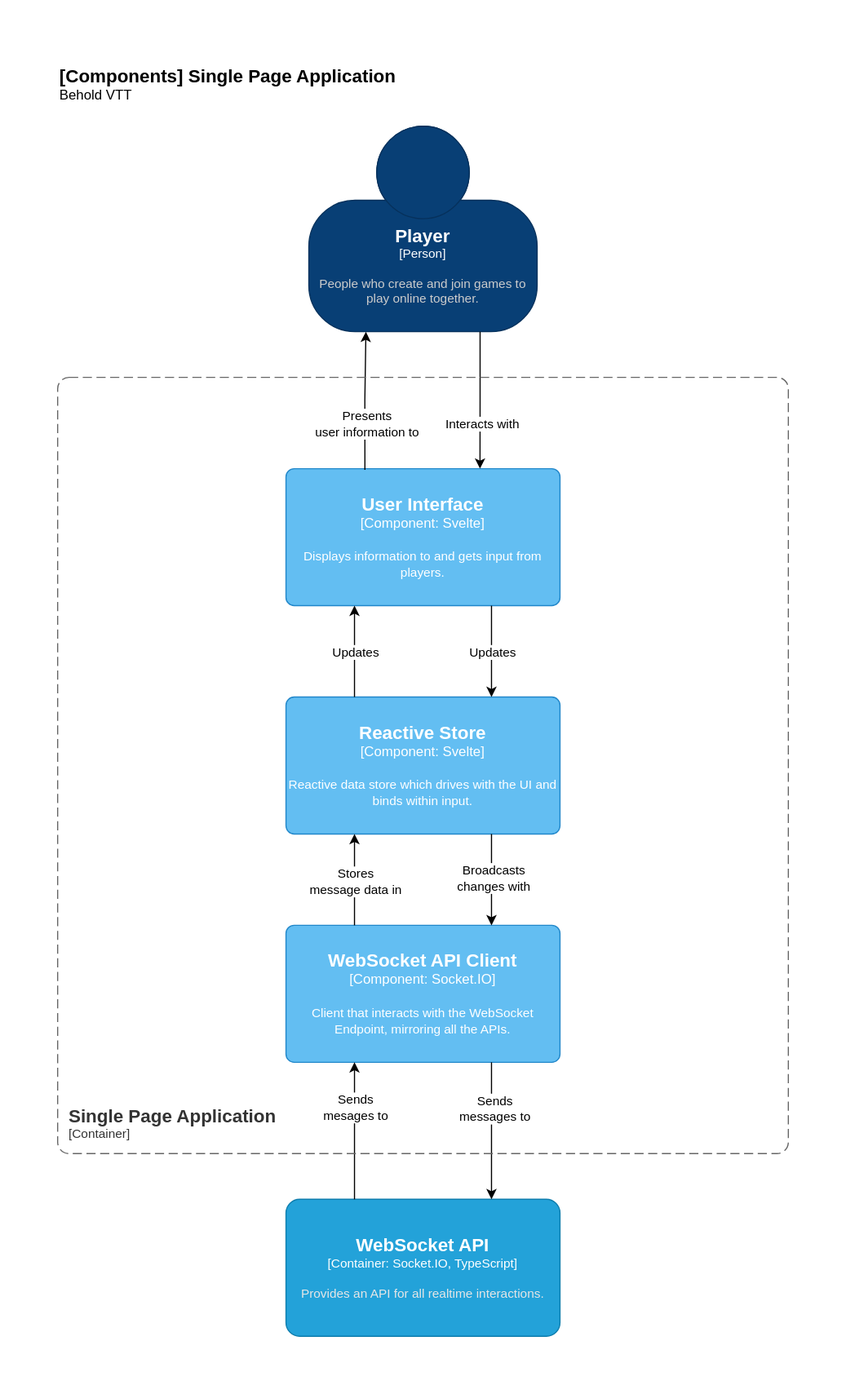
This is doc/images/c4-components-spa.drawio.svg from freeborough/behold, a draw.io export, as it was before one commit. Source tidied: cells renumbered, new cells last; positions are measured from the earlier drawing's top-left corner, leaving out a move shared by most shapes. Source of this version:
```xml
<mxGraphModel>
  <root>
    <mxCell id="0" />
    <mxCell id="1" parent="0" />
    <object id="2" label="&lt;font style=&quot;font-size: 16px&quot;&gt;&lt;b&gt;%c4Name%&lt;/b&gt;&lt;/font&gt;&lt;div&gt;[%c4Type%]&lt;/div&gt;&lt;br&gt;&lt;div&gt;&lt;font style=&quot;font-size: 11px&quot;&gt;&lt;font color=&quot;#cccccc&quot;&gt;%c4Description%&lt;/font&gt;&lt;/div&gt;" c4Description="People who create and join games to play online together." c4Name="Player" c4Type="Person" placeholders="1">
      <mxCell style="html=1;fontSize=11;dashed=0;whiteSpace=wrap;fillColor=#083F75;strokeColor=#06315C;fontColor=#ffffff;shape=mxgraph.c4.person2;align=center;points=[[0.5,0,0],[1,0.5,0],[1,0.75,0],[0.75,1,0],[0.5,1,0],[0.25,1,0],[0,0.75,0],[0,0.5,0]];" parent="1" vertex="1">
        <mxGeometry x="220" y="60" width="200" height="180" as="geometry" />
      </mxCell>
    </object>
    <object id="3" label="&lt;font style=&quot;font-size: 16px&quot;&gt;&lt;b&gt;&lt;div style=&quot;text-align: left&quot;&gt;%c4Name%&lt;/div&gt;&lt;/b&gt;&lt;/font&gt;&lt;div style=&quot;text-align: left&quot;&gt;%c4Description%&lt;/div&gt;" c4Description="Behold VTT" c4Name="[Components] Single Page Application" c4Type="ContainerDiagramTitle" placeholders="1">
      <mxCell style="text;html=1;strokeColor=none;fillColor=none;align=left;verticalAlign=top;whiteSpace=wrap;rounded=0;" parent="1" vertex="1">
        <mxGeometry width="340" height="40" as="geometry" />
      </mxCell>
    </object>
    <object id="4" label="&lt;font style=&quot;font-size: 16px&quot;&gt;&lt;b&gt;%c4Name%&lt;/b&gt;&lt;/font&gt;&lt;div&gt;[%c4Type%: %c4Technology%]&lt;/div&gt;&lt;br&gt;&lt;div&gt;&lt;font style=&quot;font-size: 11px&quot;&gt;%c4Description%&lt;/font&gt;&lt;/div&gt;" c4Description="Reactive data store which drives with the UI and binds within input." c4Name="Reactive Store" c4Technology="Svelte" c4Type="Component" placeholders="1">
      <mxCell style="rounded=1;whiteSpace=wrap;html=1;labelBackgroundColor=none;fillColor=#63BEF2;fontColor=#ffffff;align=center;arcSize=6;strokeColor=#2086C9;points=[[0.25,0,0],[0.5,0,0],[0.75,0,0],[1,0.25,0],[1,0.5,0],[1,0.75,0],[0.75,1,0],[0.5,1,0],[0.25,1,0],[0,0.75,0],[0,0.5,0],[0,0.25,0]];" parent="1" vertex="1">
        <mxGeometry x="200" y="560" width="240" height="120" as="geometry" />
      </mxCell>
    </object>
    <object id="5" label="&lt;font style=&quot;font-size: 16px&quot;&gt;&lt;b&gt;%c4Name%&lt;/b&gt;&lt;/font&gt;&lt;div&gt;[%c4Type%: %c4Technology%]&lt;/div&gt;&lt;br&gt;&lt;div&gt;&lt;font style=&quot;font-size: 11px&quot;&gt;%c4Description%&lt;/font&gt;&lt;/div&gt;" c4Description="Displays information to and gets input from players." c4Name="User Interface" c4Technology="Svelte" c4Type="Component" placeholders="1">
      <mxCell style="rounded=1;whiteSpace=wrap;html=1;labelBackgroundColor=none;fillColor=#63BEF2;fontColor=#ffffff;align=center;arcSize=6;strokeColor=#2086C9;points=[[0.25,0,0],[0.5,0,0],[0.75,0,0],[1,0.25,0],[1,0.5,0],[1,0.75,0],[0.75,1,0],[0.5,1,0],[0.25,1,0],[0,0.75,0],[0,0.5,0],[0,0.25,0]];" parent="1" vertex="1">
        <mxGeometry x="200" y="360" width="240" height="120" as="geometry" />
      </mxCell>
    </object>
    <object id="6" label="&lt;font style=&quot;font-size: 16px&quot;&gt;&lt;b&gt;%c4Name%&lt;/b&gt;&lt;/font&gt;&lt;div&gt;[%c4Type%: %c4Technology%]&lt;/div&gt;&lt;br&gt;&lt;div&gt;&lt;font style=&quot;font-size: 11px&quot;&gt;%c4Description%&lt;/font&gt;&lt;/div&gt;" c4Description="Client that interacts with the WebSocket Endpoint, mirroring all the APIs." c4Name="WebSocket API Client" c4Technology="Socket.IO" c4Type="Component" placeholders="1">
      <mxCell style="rounded=1;whiteSpace=wrap;html=1;labelBackgroundColor=none;fillColor=#63BEF2;fontColor=#ffffff;align=center;arcSize=6;strokeColor=#2086C9;points=[[0.25,0,0],[0.5,0,0],[0.75,0,0],[1,0.25,0],[1,0.5,0],[1,0.75,0],[0.75,1,0],[0.5,1,0],[0.25,1,0],[0,0.75,0],[0,0.5,0],[0,0.25,0]];" parent="1" vertex="1">
        <mxGeometry x="200" y="760" width="240" height="120" as="geometry" />
      </mxCell>
    </object>
    <mxCell id="7" style="edgeStyle=orthogonalEdgeStyle;rounded=0;jettySize=auto;html=1;exitX=0.288;exitY=0.008;exitDx=0;exitDy=0;exitPerimeter=0;entryX=0.25;entryY=1;entryDx=0;entryDy=0;entryPerimeter=0;" parent="1" edge="1" source="5" target="2">
      <mxGeometry relative="1" as="geometry" />
    </mxCell>
    <mxCell id="8" value="Presents&lt;br&gt;user information to" style="edgeLabel;html=1;align=center;verticalAlign=middle;" parent="7" vertex="1">
      <mxGeometry x="0.06" relative="1" as="geometry">
        <mxPoint y="23" as="offset" />
      </mxGeometry>
    </mxCell>
    <mxCell id="9" style="edgeStyle=orthogonalEdgeStyle;rounded=0;jettySize=auto;html=1;exitX=0.75;exitY=1;exitDx=0;exitDy=0;exitPerimeter=0;entryX=0.708;entryY=0;entryDx=0;entryDy=0;entryPerimeter=0;" parent="1" edge="1" source="2" target="5">
      <mxGeometry relative="1" as="geometry" />
    </mxCell>
    <mxCell id="10" value="Interacts with" style="edgeLabel;html=1;align=center;verticalAlign=middle;" parent="9" vertex="1">
      <mxGeometry x="-0.07" y="1" relative="1" as="geometry">
        <mxPoint y="24" as="offset" />
      </mxGeometry>
    </mxCell>
    <object id="11" label="&lt;font style=&quot;font-size: 16px&quot;&gt;&lt;b&gt;%c4Name%&lt;/b&gt;&lt;/font&gt;&lt;div&gt;[%c4Type%: %c4Technology%]&lt;/div&gt;&lt;br&gt;&lt;div&gt;&lt;font style=&quot;font-size: 11px&quot;&gt;&lt;font color=&quot;#E6E6E6&quot;&gt;%c4Description%&lt;/font&gt;&lt;/div&gt;" c4Description="Provides an API for all realtime interactions." c4Name="WebSocket API" c4Technology="Socket.IO, TypeScript" c4Type="Container" placeholders="1">
      <mxCell style="rounded=1;whiteSpace=wrap;html=1;fontSize=11;labelBackgroundColor=none;fillColor=#23A2D9;fontColor=#ffffff;align=center;arcSize=10;strokeColor=#0E7DAD;points=[[0.25,0,0],[0.5,0,0],[0.75,0,0],[1,0.25,0],[1,0.5,0],[1,0.75,0],[0.75,1,0],[0.5,1,0],[0.25,1,0],[0,0.75,0],[0,0.5,0],[0,0.25,0]];" parent="1" vertex="1">
        <mxGeometry x="200" y="1000" width="240" height="120" as="geometry" />
      </mxCell>
    </object>
    <mxCell id="12" style="edgeStyle=orthogonalEdgeStyle;rounded=0;jettySize=auto;html=1;exitX=0.25;exitY=0;exitDx=0;exitDy=0;exitPerimeter=0;entryX=0.25;entryY=1;entryDx=0;entryDy=0;entryPerimeter=0;" parent="1" edge="1" source="4" target="5">
      <mxGeometry relative="1" as="geometry" />
    </mxCell>
    <mxCell id="13" value="Updates" style="edgeLabel;html=1;align=center;verticalAlign=middle;" parent="12" vertex="1">
      <mxGeometry x="-0.07" relative="1" as="geometry">
        <mxPoint y="-3" as="offset" />
      </mxGeometry>
    </mxCell>
    <mxCell id="14" style="edgeStyle=orthogonalEdgeStyle;rounded=0;jettySize=auto;html=1;exitX=0.75;exitY=1;exitDx=0;exitDy=0;exitPerimeter=0;entryX=0.75;entryY=0;entryDx=0;entryDy=0;entryPerimeter=0;" parent="1" edge="1" source="5" target="4">
      <mxGeometry relative="1" as="geometry" />
    </mxCell>
    <mxCell id="15" value="Updates" style="edgeLabel;html=1;align=center;verticalAlign=middle;" parent="14" vertex="1">
      <mxGeometry relative="1" as="geometry" />
    </mxCell>
    <mxCell id="16" style="edgeStyle=orthogonalEdgeStyle;rounded=0;jettySize=auto;html=1;exitX=0.25;exitY=0;exitDx=0;exitDy=0;exitPerimeter=0;entryX=0.25;entryY=1;entryDx=0;entryDy=0;entryPerimeter=0;" parent="1" edge="1" source="6" target="4">
      <mxGeometry relative="1" as="geometry" />
    </mxCell>
    <mxCell id="17" value="Stores&lt;br&gt;message data in" style="edgeLabel;html=1;align=center;verticalAlign=middle;" parent="16" vertex="1">
      <mxGeometry x="-0.03" relative="1" as="geometry" />
    </mxCell>
    <mxCell id="18" style="edgeStyle=orthogonalEdgeStyle;rounded=0;jettySize=auto;html=1;exitX=0.75;exitY=1;exitDx=0;exitDy=0;exitPerimeter=0;entryX=0.75;entryY=0;entryDx=0;entryDy=0;entryPerimeter=0;" parent="1" edge="1" source="4" target="6">
      <mxGeometry relative="1" as="geometry" />
    </mxCell>
    <mxCell id="19" value="Broadcasts&lt;br&gt;changes&amp;nbsp;with" style="edgeLabel;html=1;align=center;verticalAlign=middle;" parent="18" vertex="1">
      <mxGeometry x="-0.03" y="1" relative="1" as="geometry" />
    </mxCell>
    <mxCell id="20" style="edgeStyle=orthogonalEdgeStyle;rounded=0;jettySize=auto;html=1;exitX=0.25;exitY=0;exitDx=0;exitDy=0;exitPerimeter=0;entryX=0.25;entryY=1;entryDx=0;entryDy=0;entryPerimeter=0;" parent="1" edge="1" source="11" target="6">
      <mxGeometry relative="1" as="geometry" />
    </mxCell>
    <mxCell id="21" value="Sends&lt;br&gt;mesages to" style="edgeLabel;html=1;align=center;verticalAlign=middle;" parent="20" vertex="1">
      <mxGeometry x="0.02" relative="1" as="geometry">
        <mxPoint y="-19" as="offset" />
      </mxGeometry>
    </mxCell>
    <mxCell id="22" style="edgeStyle=orthogonalEdgeStyle;rounded=0;jettySize=auto;html=1;exitX=0.75;exitY=1;exitDx=0;exitDy=0;exitPerimeter=0;entryX=0.75;entryY=0;entryDx=0;entryDy=0;entryPerimeter=0;" parent="1" edge="1" source="6" target="11">
      <mxGeometry relative="1" as="geometry" />
    </mxCell>
    <mxCell id="23" value="Sends&lt;br&gt;messages to" style="edgeLabel;html=1;align=center;verticalAlign=middle;" parent="22" vertex="1">
      <mxGeometry x="0.03" y="2" relative="1" as="geometry">
        <mxPoint y="-22" as="offset" />
      </mxGeometry>
    </mxCell>
    <object id="24" label="&lt;font style=&quot;font-size: 16px&quot;&gt;&lt;b&gt;&lt;div style=&quot;text-align: left&quot;&gt;%c4Name%&lt;/div&gt;&lt;/b&gt;&lt;/font&gt;&lt;div style=&quot;text-align: left&quot;&gt;[%c4Application%]&lt;/div&gt;" c4Application="Container" c4Name="Single Page Application" c4Type="ContainerScopeBoundary" placeholders="1">
      <mxCell style="rounded=1;fontSize=11;whiteSpace=wrap;html=1;dashed=1;arcSize=20;fillColor=none;strokeColor=#666666;fontColor=#333333;labelBackgroundColor=none;align=left;verticalAlign=bottom;labelBorderColor=none;spacingTop=0;spacing=10;dashPattern=8 4;perimeter=rectanglePerimeter;noLabel=0;labelPadding=0;absoluteArcSize=1;" parent="1" vertex="1">
        <mxGeometry y="280" width="640" height="680" as="geometry" />
      </mxCell>
    </object>
  </root>
</mxGraphModel>
```
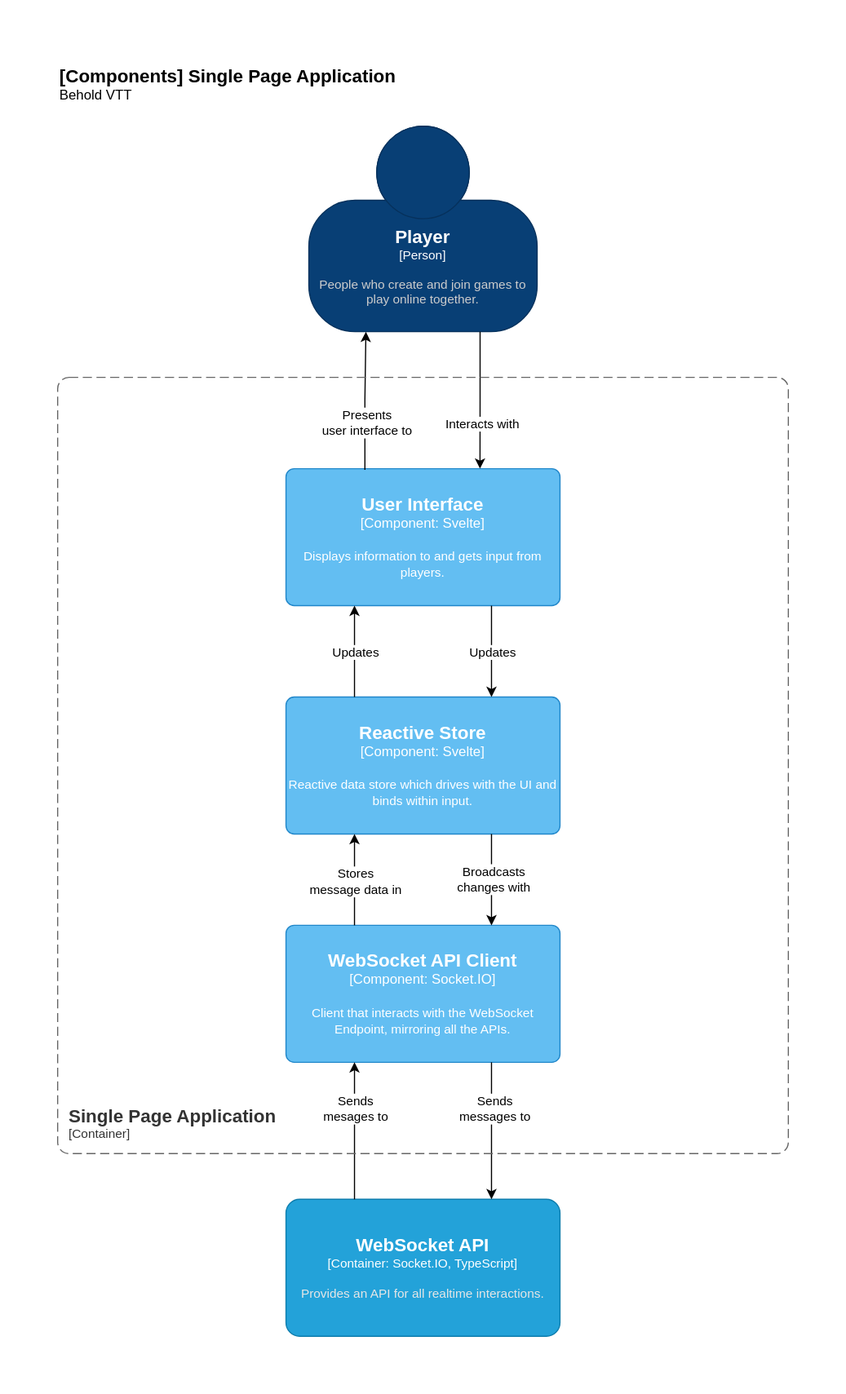
The same diagram one commit later.

Commit message:
Swapped "information" for "interface" in the SRD Components Diagram.

What changed in the source:
```diff
@@ -30,7 +30,7 @@
     <mxCell id="7" style="edgeStyle=orthogonalEdgeStyle;rounded=0;jettySize=auto;html=1;exitX=0.288;exitY=0.008;exitDx=0;exitDy=0;exitPerimeter=0;entryX=0.25;entryY=1;entryDx=0;entryDy=0;entryPerimeter=0;" parent="1" edge="1" source="5" target="2">
       <mxGeometry relative="1" as="geometry" />
     </mxCell>
-    <mxCell id="8" value="Presents&lt;br&gt;user information to" style="edgeLabel;html=1;align=center;verticalAlign=middle;" parent="7" vertex="1">
+    <mxCell id="8" value="Presents&lt;br&gt;user interface to" style="edgeLabel;html=1;align=center;verticalAlign=middle;" parent="7" vertex="1">
       <mxGeometry x="0.06" relative="1" as="geometry">
         <mxPoint y="23" as="offset" />
       </mxGeometry>
```
